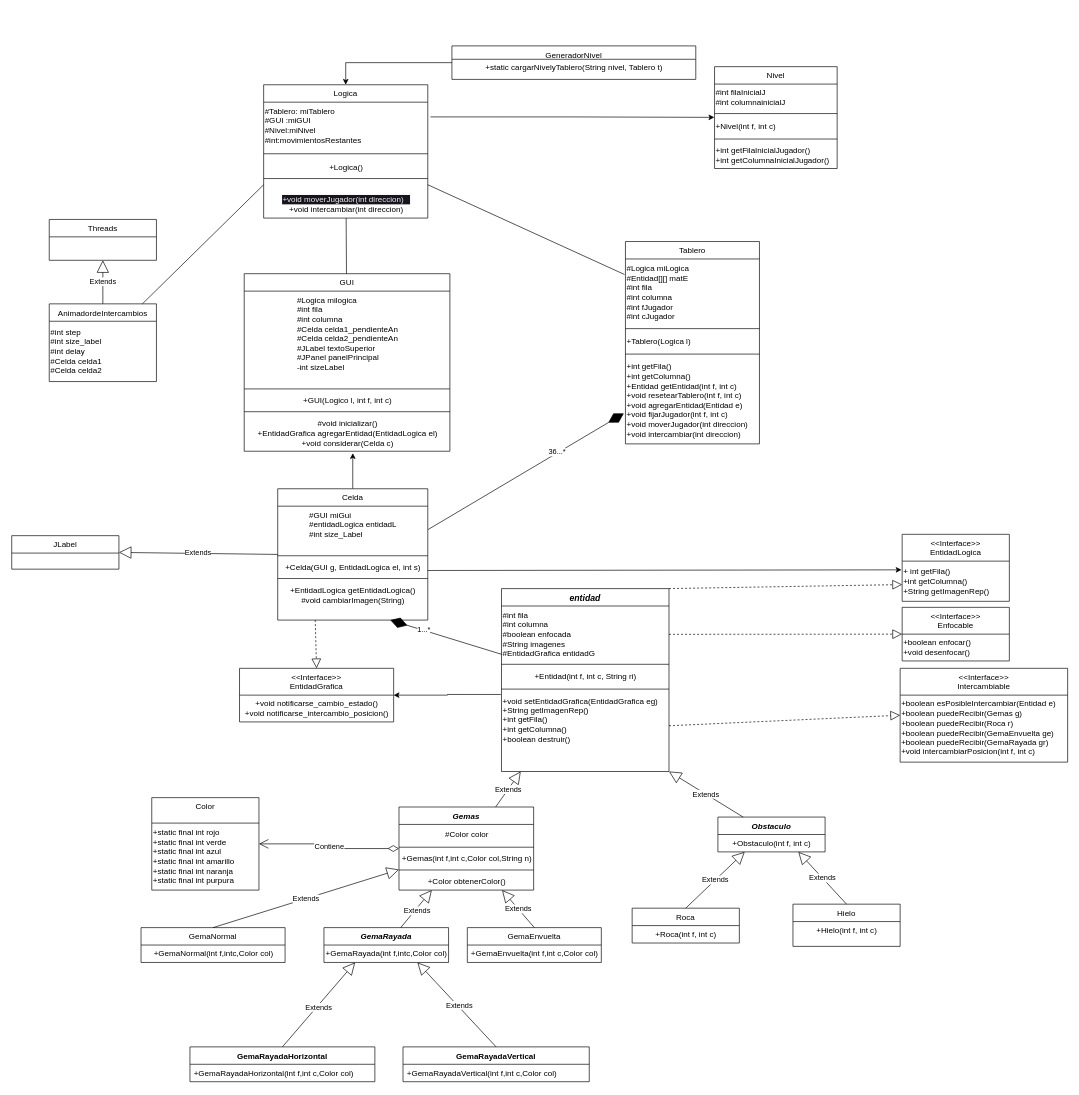
Above: src/Diagrama/Extendido/Diagrama_Extendido_Candy_CrushV1.drawio in Brunitoa10/Candy_Crush_Gemas (draw.io), before the change. Source tidied: cells renumbered, new cells numbered last; positions are measured from the earlier drawing's top-left corner, leaving out a move shared by most shapes. Both pictures are drawn from the tidied source at 67%, with x=0, y=0 at pixel (11, 46).
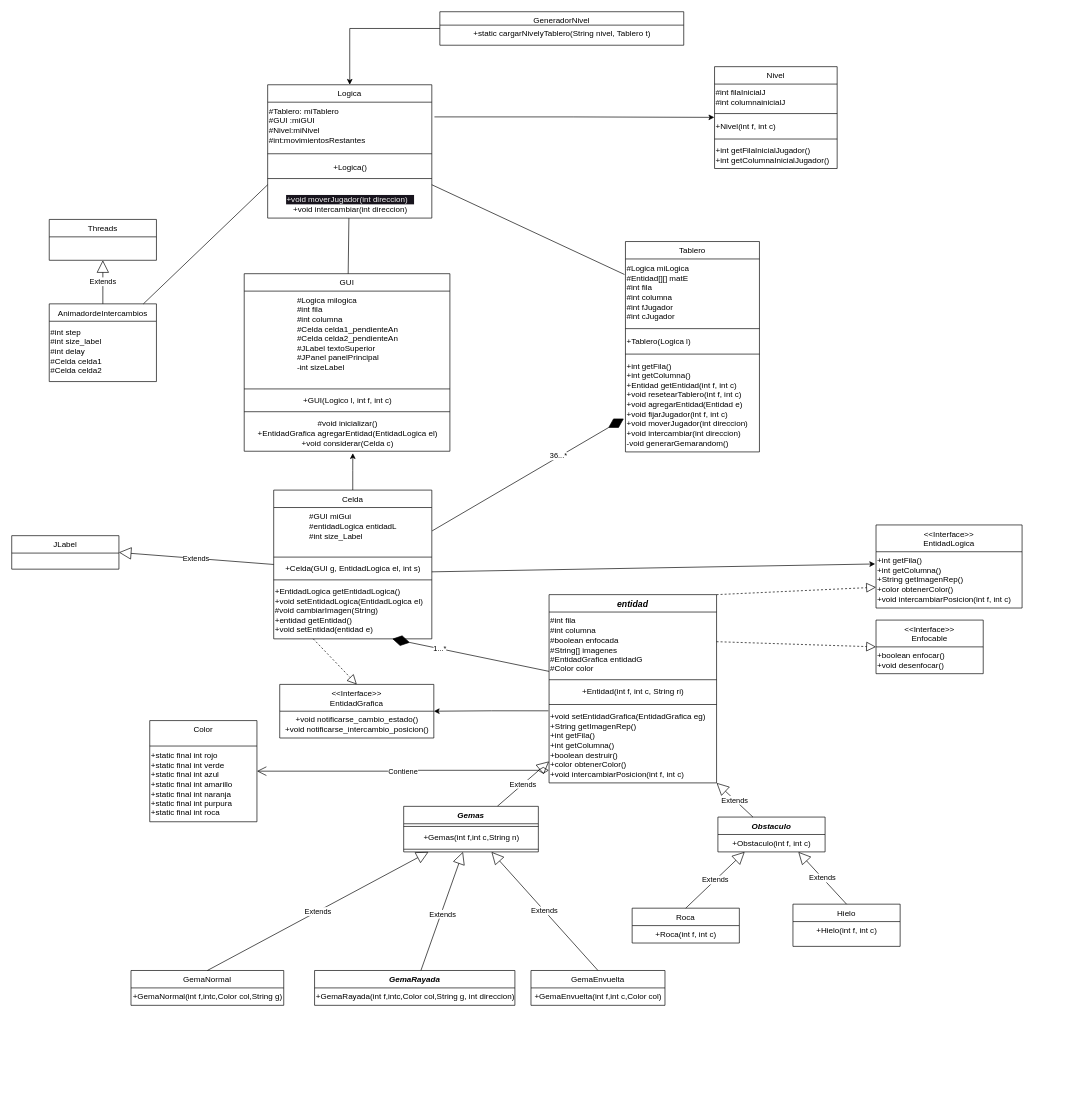
The same diagram, later.

Commit message (it also covers changes not shown here):
cambios hechos en la reunion grupal del 1/10 (principalmente el diagrama extendido)

The edit, as a diff of the source:
```diff
@@
     <mxCell id="2" value="Logica" style="swimlane;fontStyle=0;align=center;verticalAlign=top;horizontal=1;startSize=26;rounded=0;shadow=0;strokeWidth=1;" parent="1" vertex="1">
-      <mxGeometry x="376" y="58" width="245" height="199" as="geometry" />
+      <mxGeometry x="382" y="58" width="245" height="199" as="geometry" />
     </mxCell>
@@
     <mxCell id="17" value="Celda" style="swimlane;fontStyle=0;align=center;verticalAlign=top;horizontal=1;startSize=26;rounded=0;shadow=0;strokeWidth=1;" parent="1" vertex="1">
-      <mxGeometry x="397" y="661" width="224" height="196" as="geometry" />
+      <mxGeometry x="391" y="663" width="236" height="222" as="geometry" />
     </mxCell>
     <mxCell id="18" value="&lt;div style=&quot;text-align: left;&quot;&gt;&lt;span style=&quot;background-color: initial;&quot;&gt;#GUI miGui&lt;/span&gt;&lt;/div&gt;&lt;div style=&quot;text-align: left;&quot;&gt;&lt;span style=&quot;background-color: initial;&quot;&gt;#entidadLogica entidadL&lt;/span&gt;&lt;/div&gt;&lt;div style=&quot;text-align: left;&quot;&gt;&lt;span style=&quot;background-color: initial;&quot;&gt;#int size_Label&lt;/span&gt;&lt;/div&gt;&lt;div style=&quot;text-align: left;&quot;&gt;&lt;span style=&quot;background-color: initial;&quot;&gt;&lt;br&gt;&lt;/span&gt;&lt;/div&gt;" style="text;html=1;align=center;verticalAlign=middle;points=[];strokeColor=none;fillColor=none;" parent="17" vertex="1">
-      <mxGeometry y="26" width="224" height="70" as="geometry" />
+      <mxGeometry y="26" width="236" height="70" as="geometry" />
     </mxCell>
     <mxCell id="19" style="line;strokeWidth=1;fillColor=none;align=left;verticalAlign=middle;spacingTop=-1;spacingLeft=3;spacingRight=3;labelPosition=right;strokeColor=inherit;" parent="17" vertex="1">
-      <mxGeometry y="96" width="224" height="8" as="geometry" />
+      <mxGeometry y="96" width="236" height="8" as="geometry" />
     </mxCell>
     <mxCell id="20" value="+Celda(GUI g, EntidadLogica el, int s)" style="text;html=1;align=center;verticalAlign=middle;points=[];strokeColor=none;fillColor=none;" parent="17" vertex="1">
-      <mxGeometry y="104" width="224" height="26" as="geometry" />
+      <mxGeometry y="104" width="236" height="26" as="geometry" />
     </mxCell>
     <mxCell id="21" style="line;strokeWidth=1;fillColor=none;align=left;verticalAlign=middle;spacingTop=-1;spacingLeft=3;spacingRight=3;labelPosition=right;strokeColor=inherit;" parent="17" vertex="1">
-      <mxGeometry y="130" width="224" height="8" as="geometry" />
+      <mxGeometry y="130" width="236" height="8" as="geometry" />
     </mxCell>
-    <mxCell id="22" value="+EntidadLogica getEntidadLogica()&lt;br&gt;#void cambiarImagen(String)" style="text;html=1;align=center;verticalAlign=middle;strokeColor=none;fillColor=none;" parent="17" vertex="1">
-      <mxGeometry y="138" width="224" height="41" as="geometry" />
+    <mxCell id="22" value="+EntidadLogica getEntidadLogica()&lt;br&gt;+void setEntidadLogica(EntidadLogica el)&lt;br&gt;#void cambiarImagen(String)&lt;br&gt;+entidad getEntidad()&lt;br&gt;+void setEntidad(entidad e)" style="text;html=1;align=left;verticalAlign=middle;strokeColor=none;fillColor=none;" parent="17" vertex="1">
+      <mxGeometry y="138" width="236" height="84" as="geometry" />
     </mxCell>
     <mxCell id="23" value="Tablero" style="swimlane;fontStyle=0;align=center;verticalAlign=top;horizontal=1;startSize=26;rounded=0;shadow=0;strokeWidth=1;" parent="1" vertex="1">
-      <mxGeometry x="916" y="292" width="200" height="302" as="geometry" />
+      <mxGeometry x="916" y="292" width="200" height="314" as="geometry" />
     </mxCell>
@@
-    <mxCell id="28" value="+int getFila()&lt;br&gt;+int getColumna()&lt;br&gt;+Entidad getEntidad(int f, int c)&lt;br&gt;+void resetearTablero(int f, int c)&lt;br&gt;+void agregarEntidad(Entidad e)&lt;br&gt;+void fijarJugador(int f, int c)&lt;br&gt;+void moverJugador(int direccion)&lt;br&gt;+void intercambiar(int direccion)" style="text;html=1;align=left;verticalAlign=middle;points=[];strokeColor=none;fillColor=none;" parent="23" vertex="1">
-      <mxGeometry y="172" width="200" height="130" as="geometry" />
+    <mxCell id="28" value="+int getFila()&lt;br&gt;+int getColumna()&lt;br&gt;+Entidad getEntidad(int f, int c)&lt;br&gt;+void resetearTablero(int f, int c)&lt;br&gt;+void agregarEntidad(Entidad e)&lt;br&gt;+void fijarJugador(int f, int c)&lt;br&gt;+void moverJugador(int direccion)&lt;br&gt;+void intercambiar(int direccion)&lt;br&gt;-void generarGemarandom()" style="text;html=1;align=left;verticalAlign=middle;points=[];strokeColor=none;fillColor=none;" parent="23" vertex="1">
+      <mxGeometry y="172" width="200" height="142" as="geometry" />
     </mxCell>
     <mxCell id="29" value="GemaRayada" style="swimlane;fontStyle=3;align=center;verticalAlign=top;horizontal=1;startSize=26;rounded=0;shadow=0;strokeWidth=1;" parent="1" vertex="1">
-      <mxGeometry x="466" y="1316" width="186" height="52" as="geometry" />
+      <mxGeometry x="452" y="1380" width="299" height="52" as="geometry" />
     </mxCell>
-    <mxCell id="30" value="+GemaRayada(int f,intc,Color col)" style="text;html=1;align=center;verticalAlign=middle;strokeColor=none;fillColor=none;" parent="29" vertex="1">
-      <mxGeometry y="26" width="186" height="26" as="geometry" />
+    <mxCell id="30" value="+GemaRayada(int f,intc,Color col,String g, int direccion)" style="text;html=1;align=center;verticalAlign=middle;strokeColor=none;fillColor=none;" parent="29" vertex="1">
+      <mxGeometry y="26" width="299" height="26" as="geometry" />
     </mxCell>
     <mxCell id="31" value="GemaNormal" style="swimlane;fontStyle=0;align=center;verticalAlign=top;horizontal=1;startSize=26;rounded=0;shadow=0;strokeWidth=1;" parent="1" vertex="1">
-      <mxGeometry x="193" y="1316" width="215" height="52" as="geometry" />
+      <mxGeometry x="178" y="1380" width="228" height="52" as="geometry" />
     </mxCell>
-    <mxCell id="32" value="+GemaNormal(int f,intc,Color col)" style="text;html=1;align=center;verticalAlign=middle;strokeColor=none;fillColor=none;" parent="31" vertex="1">
-      <mxGeometry y="26" width="215" height="26" as="geometry" />
+    <mxCell id="32" value="+GemaNormal(int f,intc,Color col,String g)" style="text;html=1;align=center;verticalAlign=middle;strokeColor=none;fillColor=none;" parent="31" vertex="1">
+      <mxGeometry y="26" width="228" height="26" as="geometry" />
     </mxCell>
     <mxCell id="33" value="GemaEnvuelta" style="swimlane;fontStyle=0;align=center;verticalAlign=top;horizontal=1;startSize=26;rounded=0;shadow=0;strokeWidth=1;" parent="1" vertex="1">
-      <mxGeometry x="680" y="1316" width="200" height="52" as="geometry" />
+      <mxGeometry x="775" y="1380" width="200" height="52" as="geometry" />
     </mxCell>
@@
     <mxCell id="36" value="entidad" style="swimlane;fontStyle=3;align=center;verticalAlign=top;horizontal=1;startSize=26;rounded=0;shadow=0;strokeWidth=1;fontSize=13;" parent="1" vertex="1">
-      <mxGeometry x="731" y="810" width="250" height="273" as="geometry" />
+      <mxGeometry x="802" y="819" width="250" height="281" as="geometry" />
     </mxCell>
-    <mxCell id="37" value="#int fila&lt;br&gt;#int columna&lt;br&gt;#boolean enfocada&lt;br&gt;#String imagenes&lt;br&gt;#EntidadGrafica entidadG" style="text;html=1;align=left;verticalAlign=middle;strokeColor=none;fillColor=none;" parent="36" vertex="1">
-      <mxGeometry y="26" width="250" height="84" as="geometry" />
+    <mxCell id="37" value="#int fila&lt;br&gt;#int columna&lt;br&gt;#boolean enfocada&lt;br&gt;#String[] imagenes&lt;br&gt;#EntidadGrafica entidadG&lt;br&gt;&lt;span style=&quot;text-align: center;&quot;&gt;#Color color&lt;/span&gt;" style="text;html=1;align=left;verticalAlign=middle;strokeColor=none;fillColor=none;" parent="36" vertex="1">
+      <mxGeometry y="26" width="250" height="98" as="geometry" />
     </mxCell>
     <mxCell id="38" style="line;strokeWidth=1;fillColor=none;align=left;verticalAlign=middle;spacingTop=-1;spacingLeft=3;spacingRight=3;labelPosition=right;strokeColor=inherit;" parent="36" vertex="1">
-      <mxGeometry y="110" width="250" height="6" as="geometry" />
+      <mxGeometry y="124" width="250" height="6" as="geometry" />
     </mxCell>
     <mxCell id="39" value="+Entidad(int f, int c, String ri)" style="text;html=1;align=center;verticalAlign=middle;strokeColor=none;fillColor=none;" parent="36" vertex="1">
-      <mxGeometry y="116" width="250" height="30" as="geometry" />
+      <mxGeometry y="130" width="250" height="30" as="geometry" />
     </mxCell>
     <mxCell id="40" style="line;strokeWidth=1;fillColor=none;align=left;verticalAlign=middle;spacingTop=-1;spacingLeft=3;spacingRight=3;labelPosition=right;strokeColor=inherit;" parent="36" vertex="1">
-      <mxGeometry y="146" width="250" height="8" as="geometry" />
+      <mxGeometry y="160" width="250" height="8" as="geometry" />
     </mxCell>
-    <mxCell id="41" value="+void setEntidadGrafica(EntidadGrafica eg)&lt;br&gt;+String getImagenRep()&lt;br&gt;+int getFila()&lt;br&gt;+int getColumna()&lt;br&gt;+boolean destruir()" style="text;html=1;align=left;verticalAlign=middle;points=[];strokeColor=none;fillColor=none;" parent="36" vertex="1">
-      <mxGeometry y="154" width="250" height="84" as="geometry" />
+    <mxCell id="41" value="+void setEntidadGrafica(EntidadGrafica eg)&lt;br&gt;+String getImagenRep()&lt;br&gt;+int getFila()&lt;br&gt;+int getColumna()&lt;br&gt;+boolean destruir()&lt;br&gt;+color obtenerColor()&lt;br&gt;+void intercambiarPosicion(int f, int c)" style="text;html=1;align=left;verticalAlign=middle;points=[];strokeColor=none;fillColor=none;" parent="36" vertex="1">
+      <mxGeometry y="168" width="250" height="113" as="geometry" />
     </mxCell>
@@
     <mxCell id="51" value="Color" style="swimlane;fontStyle=0;align=center;verticalAlign=top;horizontal=1;startSize=38;rounded=0;shadow=0;strokeWidth=1;" parent="1" vertex="1">
-      <mxGeometry x="209" y="1122" width="160" height="138" as="geometry" />
+      <mxGeometry x="206" y="1007" width="160" height="151" as="geometry" />
     </mxCell>
-    <mxCell id="52" value="+static final int rojo&lt;br&gt;+static final int verde&lt;br&gt;+static final int azul&lt;br&gt;+static final int amarillo&lt;br&gt;+static final int naranja&lt;br&gt;+static final int purpura" style="text;html=1;align=left;verticalAlign=middle;strokeColor=none;fillColor=none;" parent="51" vertex="1">
-      <mxGeometry y="38" width="160" height="100" as="geometry" />
+    <mxCell id="52" value="+static final int rojo&lt;br&gt;+static final int verde&lt;br&gt;+static final int azul&lt;br&gt;+static final int amarillo&lt;br&gt;+static final int naranja&lt;br&gt;+static final int purpura&lt;br&gt;+static final int roca" style="text;html=1;align=left;verticalAlign=middle;strokeColor=none;fillColor=none;" parent="51" vertex="1">
+      <mxGeometry y="38" width="160" height="113" as="geometry" />
     </mxCell>
@@
-    <mxCell id="57" value="Contiene" style="endArrow=open;html=1;endSize=12;startArrow=diamondThin;startSize=14;startFill=0;edgeStyle=orthogonalEdgeStyle;rounded=0;exitX=0;exitY=0.5;exitDx=0;exitDy=0;entryX=1;entryY=0.5;entryDx=0;entryDy=0;" parent="1" edge="1" source="66" target="51">
+    <mxCell id="57" value="Contiene" style="endArrow=open;html=1;endSize=12;startArrow=diamondThin;startSize=14;startFill=0;edgeStyle=orthogonalEdgeStyle;rounded=0;exitX=-0.001;exitY=0.834;exitDx=0;exitDy=0;entryX=1;entryY=0.5;entryDx=0;entryDy=0;exitPerimeter=0;" parent="1" edge="1" source="41" target="51">
       <mxGeometry relative="1" as="geometry" />
     </mxCell>
@@
     <mxCell id="66" value="Gemas" style="swimlane;fontStyle=3;align=center;verticalAlign=top;horizontal=1;startSize=26;rounded=0;shadow=0;strokeWidth=1;" parent="1" vertex="1">
-      <mxGeometry x="578" y="1136" width="201" height="124" as="geometry" />
+      <mxGeometry x="585" y="1135" width="201" height="68" as="geometry" />
     </mxCell>
-    <mxCell id="67" value="#Color color" style="text;html=1;align=center;verticalAlign=middle;strokeColor=none;fillColor=none;" parent="66" vertex="1">
-      <mxGeometry y="26" width="201" height="30" as="geometry" />
-    </mxCell>
     <mxCell id="68" style="line;strokeWidth=1;fillColor=none;align=left;verticalAlign=middle;spacingTop=-1;spacingLeft=3;spacingRight=3;labelPosition=right;strokeColor=inherit;" parent="66" vertex="1">
-      <mxGeometry y="56" width="201" height="8" as="geometry" />
+      <mxGeometry y="26" width="201" height="8" as="geometry" />
     </mxCell>
-    <mxCell id="69" value="+Gemas(int f,int c,Color col,String n)" style="text;html=1;align=center;verticalAlign=middle;strokeColor=none;fillColor=none;" parent="66" vertex="1">
-      <mxGeometry y="64" width="201" height="26" as="geometry" />
+    <mxCell id="69" value="+Gemas(int f,int c,String n)" style="text;html=1;align=center;verticalAlign=middle;strokeColor=none;fillColor=none;" parent="66" vertex="1">
+      <mxGeometry y="34" width="201" height="26" as="geometry" />
     </mxCell>
     <mxCell id="70" style="line;strokeWidth=1;fillColor=none;align=left;verticalAlign=middle;spacingTop=-1;spacingLeft=3;spacingRight=3;labelPosition=right;strokeColor=inherit;" parent="66" vertex="1">
-      <mxGeometry y="90" width="201" height="8" as="geometry" />
+      <mxGeometry y="60" width="201" height="8" as="geometry" />
     </mxCell>
-    <mxCell id="71" value="+Color obtenerColor()" style="text;html=1;align=center;verticalAlign=middle;strokeColor=none;fillColor=none;" parent="66" vertex="1">
-      <mxGeometry y="98" width="201" height="26" as="geometry" />
-    </mxCell>
@@
     <mxCell id="73" value="GeneradorNivel" style="swimlane;fontStyle=0;align=center;verticalAlign=top;horizontal=1;startSize=20;rounded=0;shadow=0;strokeWidth=1;" parent="1" vertex="1">
-      <mxGeometry x="657" width="364" height="50" as="geometry" />
+      <mxGeometry x="639" y="-51" width="364" height="50" as="geometry" />
     </mxCell>
@@
     <mxCell id="81" value="&lt;&lt;Interface&gt;&gt;&#10;EntidadGrafica" style="swimlane;fontStyle=0;align=center;verticalAlign=top;horizontal=1;startSize=40;rounded=0;shadow=0;strokeWidth=1;" parent="1" vertex="1">
-      <mxGeometry x="340" y="929" width="230" height="80" as="geometry" />
+      <mxGeometry x="400" y="953" width="230" height="80" as="geometry" />
     </mxCell>
@@
-    <mxCell id="83" value="&lt;&lt;Interface&gt;&gt;&#10;Intercambiable" style="swimlane;fontStyle=0;align=center;verticalAlign=top;horizontal=1;startSize=40;rounded=0;shadow=0;strokeWidth=1;" parent="1" vertex="1">
-      <mxGeometry x="1326" y="929" width="250" height="140" as="geometry" />
-    </mxCell>
-    <mxCell id="84" value="+boolean esPosibleIntercambiar(Entidad e)&lt;br&gt;+boolean puedeRecibir(Gemas g)&lt;br&gt;+boolean puedeRecibir(Roca r)&lt;br&gt;+boolean puedeRecibir(GemaEnvuelta ge)&lt;br&gt;+boolean puedeRecibir(GemaRayada gr)&lt;br&gt;+void intercambiarPosicion(int f, int c)" style="text;html=1;align=left;verticalAlign=middle;strokeColor=none;fillColor=none;" parent="83" vertex="1">
-      <mxGeometry y="40" width="250" height="98" as="geometry" />
-    </mxCell>
     <mxCell id="85" value="&lt;&lt;Interface&gt;&gt;&#10;Enfocable" style="swimlane;fontStyle=0;align=center;verticalAlign=top;horizontal=1;startSize=40;rounded=0;shadow=0;strokeWidth=1;" parent="1" vertex="1">
-      <mxGeometry x="1329" y="838" width="160" height="80" as="geometry" />
+      <mxGeometry x="1290" y="857" width="160" height="80" as="geometry" />
     </mxCell>
@@
-    <mxCell id="88" style="endArrow=block;dashed=1;endFill=0;endSize=12;html=1;rounded=0;entryX=0;entryY=0.5;entryDx=0;entryDy=0;exitX=1;exitY=0.75;exitDx=0;exitDy=0;" parent="1" edge="1" source="36" target="83">
-      <mxGeometry relative="1" as="geometry" />
-    </mxCell>
     <mxCell id="89" value="&lt;&lt;Interface&gt;&gt;&#10;EntidadLogica" style="swimlane;fontStyle=0;align=center;verticalAlign=top;horizontal=1;startSize=40;rounded=0;shadow=0;strokeWidth=1;" parent="1" vertex="1">
-      <mxGeometry x="1329" y="729" width="160" height="100" as="geometry" />
+      <mxGeometry x="1290" y="715" width="218" height="124" as="geometry" />
     </mxCell>
-    <mxCell id="90" value="+ int getFila()&lt;br&gt;+int getColumna()&lt;br&gt;+String getImagenRep()" style="text;html=1;align=left;verticalAlign=middle;points=[];strokeColor=none;fillColor=none;" parent="89" vertex="1">
-      <mxGeometry y="40" width="160" height="60" as="geometry" />
+    <mxCell id="90" value="+int getFila()&lt;br&gt;+int getColumna()&lt;br&gt;+String getImagenRep()&lt;br&gt;+color obtenerColor()&lt;br&gt;+void intercambiarPosicion(int f, int c)" style="text;html=1;align=left;verticalAlign=middle;points=[];strokeColor=none;fillColor=none;" parent="89" vertex="1">
+      <mxGeometry y="40" width="218" height="84" as="geometry" />
     </mxCell>
@@
-    <mxCell id="97" value="GemaRayadaHorizontal" style="swimlane;fontStyle=1;align=center;verticalAlign=top;horizontal=1;startSize=26;whiteSpace=wrap;html=1;" parent="1" vertex="1">
-      <mxGeometry x="266" y="1494" width="276" height="52" as="geometry" />
-    </mxCell>
-    <mxCell id="98" value="+GemaRayadaHorizontal(int f,int c,Color col)" style="text;strokeColor=none;fillColor=none;align=left;verticalAlign=top;spacingLeft=4;spacingRight=4;overflow=hidden;whiteSpace=wrap;html=1;" parent="97" vertex="1">
-      <mxGeometry y="26" width="276" height="26" as="geometry" />
-    </mxCell>
-    <mxCell id="99" value="GemaRayadaVertical" style="swimlane;fontStyle=1;align=center;verticalAlign=top;horizontal=1;startSize=26;whiteSpace=wrap;html=1;" parent="1" vertex="1">
-      <mxGeometry x="584" y="1494" width="278" height="52" as="geometry" />
-    </mxCell>
-    <mxCell id="100" value="+GemaRayadaVertical(int f,int c,Color col)" style="text;strokeColor=none;fillColor=none;align=left;verticalAlign=top;spacingLeft=4;spacingRight=4;overflow=hidden;whiteSpace=wrap;html=1;" parent="99" vertex="1">
-      <mxGeometry y="26" width="278" height="26" as="geometry" />
-    </mxCell>
-    <mxCell id="101" style="endArrow=block;endSize=16;endFill=0;html=1;rounded=0;entryX=0.75;entryY=1;entryDx=0;entryDy=0;exitX=0.5;exitY=0;exitDx=0;exitDy=0;" parent="1" edge="1" source="99" target="29">
-      <mxGeometry relative="1" as="geometry" />
-    </mxCell>
-    <mxCell id="102" value="Extends" style="edgeLabel;html=1;align=center;verticalAlign=middle;" parent="101" vertex="1">
-      <mxGeometry x="-0.04" y="-2" relative="1" as="geometry" />
-    </mxCell>
-    <mxCell id="103" style="endArrow=block;endSize=16;endFill=0;html=1;rounded=0;entryX=0.25;entryY=1;entryDx=0;entryDy=0;exitX=0.5;exitY=0;exitDx=0;exitDy=0;" parent="1" edge="1" source="97" target="29">
-      <mxGeometry relative="1" as="geometry" />
-    </mxCell>
-    <mxCell id="104" value="Extends" style="edgeLabel;html=1;align=center;verticalAlign=middle;" parent="103" vertex="1">
-      <mxGeometry x="-0.04" y="-2" relative="1" as="geometry" />
-    </mxCell>
```
